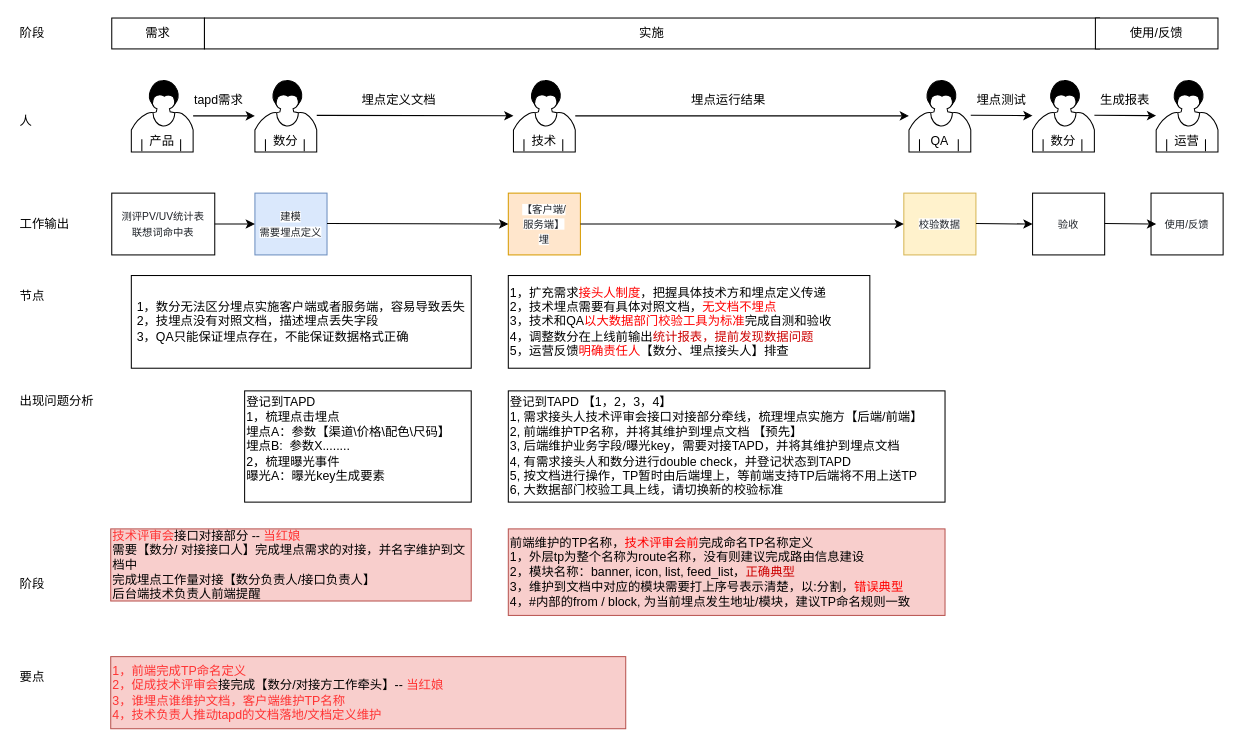
aiquantong/Hero keeps this draw.io diagram as 任务流转流程.drawio. Above is the earlier version. Source tidied: cells renumbered, new cells numbered last; positions are measured from the earlier drawing's top-left corner, leaving out a move shared by most shapes. Both pictures are drawn from the tidied source at 103%, with x=0, y=0 at pixel (18, 18).
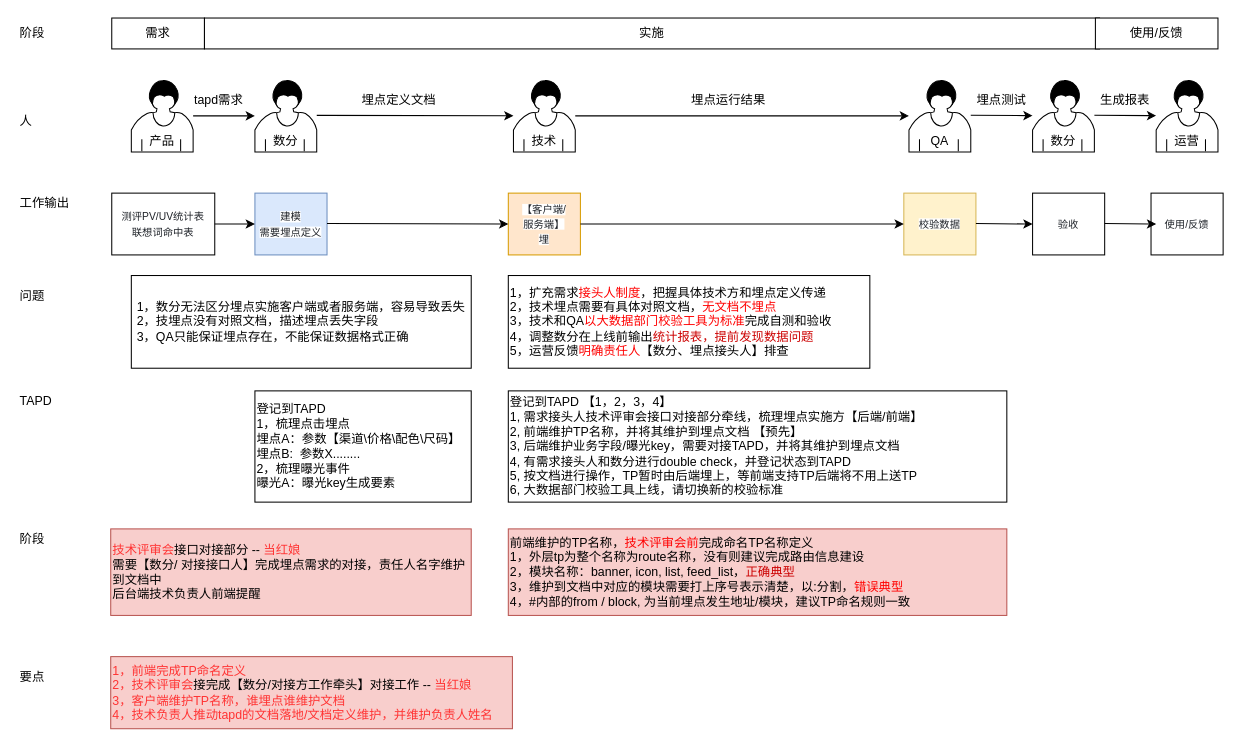
Above is the later version.

Commit message:
Update 任务流转流程.drawio

The edit, as a diff of the source:
```diff
@@
     <mxCell id="42" value="工作输出" style="text;html=1;strokeColor=none;fillColor=none;align=left;verticalAlign=middle;whiteSpace=wrap;rounded=0;" parent="1" vertex="1">
-      <mxGeometry y="190" width="55" height="20" as="geometry" />
+      <mxGeometry y="170" width="55" height="20" as="geometry" />
     </mxCell>
-    <mxCell id="43" value="出现问题分析" style="text;html=1;strokeColor=none;fillColor=none;align=left;verticalAlign=middle;whiteSpace=wrap;rounded=0;" parent="1" vertex="1">
+    <mxCell id="43" value="TAPD" style="text;html=1;strokeColor=none;fillColor=none;align=left;verticalAlign=middle;whiteSpace=wrap;rounded=0;" parent="1" vertex="1">
       <mxGeometry y="362" width="80" height="20" as="geometry" />
     </mxCell>
-    <mxCell id="44" value="节点" style="text;html=1;strokeColor=none;fillColor=none;align=left;verticalAlign=middle;whiteSpace=wrap;rounded=0;" parent="1" vertex="1">
+    <mxCell id="44" value="问题" style="text;html=1;strokeColor=none;fillColor=none;align=left;verticalAlign=middle;whiteSpace=wrap;rounded=0;" parent="1" vertex="1">
       <mxGeometry y="260" width="40" height="20" as="geometry" />
     </mxCell>
-    <mxCell id="45" value="&lt;div&gt;&lt;span&gt;登记到TAPD&lt;/span&gt;&lt;/div&gt;&lt;div&gt;1，梳理点击埋点&lt;br&gt;埋点A：参数【渠道\价格\配色\尺码】&lt;br&gt;&lt;/div&gt;&lt;div&gt;埋点B:&amp;nbsp; 参数X........&lt;/div&gt;2，梳理&lt;span&gt;曝光事件&lt;/span&gt;&lt;br&gt;&lt;div&gt;曝光A：曝光key生成要素&lt;br&gt;&lt;br&gt;&lt;/div&gt;" style="rounded=0;whiteSpace=wrap;html=1;align=left;" parent="1" vertex="1">
-      <mxGeometry x="220" y="362" width="220" height="108" as="geometry" />
+    <mxCell id="45" value="&lt;div&gt;&lt;span&gt;登记到TAPD&lt;/span&gt;&lt;/div&gt;&lt;div&gt;1，梳理点击埋点&lt;br&gt;埋点A：参数【渠道\价格\配色\尺码】&lt;br&gt;&lt;/div&gt;&lt;div&gt;埋点B:&amp;nbsp; 参数X........&lt;/div&gt;2，梳理&lt;span&gt;曝光事件&lt;/span&gt;&lt;br&gt;&lt;div&gt;曝光A：曝光key生成要素&lt;br&gt;&lt;/div&gt;" style="rounded=0;whiteSpace=wrap;html=1;align=left;" parent="1" vertex="1">
+      <mxGeometry x="230" y="362" width="210" height="108" as="geometry" />
     </mxCell>
     <mxCell id="46" value="&lt;div&gt;登记到TAPD 【1，2，3，4】&lt;/div&gt;&lt;div&gt;1, 需求接头人技术评审会接口对接部分牵线，梳理埋点实施方【后端/前端】&lt;/div&gt;&lt;div&gt;2, 前端维护TP名称，并将其维护到埋点文档 【预先】&amp;nbsp;&lt;/div&gt;&lt;div&gt;3, 后端维护业务字段/曝光key，需要对接TAPD，并将其维护到埋点文档&lt;br&gt;4, 有需求接头人和数分进行double check，并登记状态到TAPD&lt;br&gt;5, 按文档进行操作，TP暂时由后端埋上，等前端支持TP后端将不用上送TP&lt;/div&gt;&lt;div&gt;6, 大数据部门校验工具上线，请切换新的校验标准&lt;/div&gt;" style="rounded=0;whiteSpace=wrap;html=1;align=left;" parent="1" vertex="1">
-      <mxGeometry x="476" y="362" width="424" height="108" as="geometry" />
+      <mxGeometry x="476" y="362" width="484" height="108" as="geometry" />
     </mxCell>
     <mxCell id="47" value="阶段" style="text;html=1;strokeColor=none;fillColor=none;align=left;verticalAlign=middle;whiteSpace=wrap;rounded=0;" parent="1" vertex="1">
-      <mxGeometry y="540" width="55" height="20" as="geometry" />
+      <mxGeometry y="496" width="55" height="20" as="geometry" />
     </mxCell>
-    <mxCell id="48" value="&lt;font color=&quot;#ff3333&quot;&gt;技术评审会&lt;/font&gt;接口对接部分 -- &lt;font color=&quot;#ff3333&quot;&gt;当红娘&lt;/font&gt;&lt;br&gt;需要【数分/ 对接接口人】完成埋点需求的对接，并名字维护到文档中&lt;br&gt;完成埋点工作量对接【数分负责人/接口负责人】&lt;br&gt;后台端技术负责人前端提醒" style="rounded=0;whiteSpace=wrap;html=1;align=left;fillColor=#f8cecc;strokeColor=#b85450;" parent="1" vertex="1">
-      <mxGeometry x="90" y="496" width="350" height="70" as="geometry" />
+    <mxCell id="48" value="&lt;font color=&quot;#ff3333&quot;&gt;技术评审会&lt;/font&gt;接口对接部分 -- &lt;font color=&quot;#ff3333&quot;&gt;当红娘&lt;/font&gt;&lt;br&gt;需要【数分/ 对接接口人】完成埋点需求的对接，责任人名字维护到文档中&lt;br&gt;后台端技术负责人前端提醒" style="rounded=0;whiteSpace=wrap;html=1;align=left;fillColor=#f8cecc;strokeColor=#b85450;" parent="1" vertex="1">
+      <mxGeometry x="90" y="496" width="350" height="84" as="geometry" />
     </mxCell>
     <mxCell id="49" value="前端维护的TP名称，&lt;font color=&quot;#ff0000&quot;&gt;技术评审会前&lt;/font&gt;完成命名TP名称定义&amp;nbsp;&lt;br&gt;1，外层tp为整个名称为route名称，没有则建议完成路由信息建设&lt;br&gt;2，模块名称：banner, icon, list, feed_list，&lt;font color=&quot;#cc0000&quot;&gt;正确典型&lt;/font&gt;&lt;br&gt;3，维护到文档中对应的模块需要打上序号表示清楚，以:分割，&lt;font color=&quot;#ff0000&quot;&gt;错误典型&lt;/font&gt;&lt;br&gt;4，#内部的from / block, 为当前埋点发生地址/模块，建议TP命名规则一致" style="rounded=0;whiteSpace=wrap;html=1;align=left;fillColor=#f8cecc;strokeColor=#b85450;" parent="1" vertex="1">
-      <mxGeometry x="476" y="496" width="424" height="84" as="geometry" />
+      <mxGeometry x="476" y="496" width="484" height="84" as="geometry" />
     </mxCell>
@@
-    <mxCell id="51" value="&lt;font color=&quot;#ff3333&quot;&gt;1，前端完成TP命名定义&lt;br&gt;2，促成技术评审会&lt;/font&gt;接完成【数分/对接方工作牵头】-- &lt;font color=&quot;#ff3333&quot;&gt;当红娘&lt;br&gt;3，谁埋点谁维护文档，客户端维护TP名称&lt;br&gt;4，技术负责人推动tapd的文档落地/文档定义维护&lt;br&gt;&lt;/font&gt;" style="rounded=0;whiteSpace=wrap;html=1;align=left;fillColor=#f8cecc;strokeColor=#b85450;" parent="1" vertex="1">
-      <mxGeometry x="90" y="620" width="500" height="70" as="geometry" />
+    <mxCell id="51" value="&lt;font color=&quot;#ff3333&quot;&gt;1，前端完成TP命名定义&lt;br&gt;2，技术评审会&lt;/font&gt;接完成【数分/对接方工作牵头】对接工作 -- &lt;font color=&quot;#ff3333&quot;&gt;当红娘&lt;br&gt;3，&lt;/font&gt;&lt;span style=&quot;color: rgb(255 , 51 , 51)&quot;&gt;客户端维护TP名称，&lt;/span&gt;&lt;font color=&quot;#ff3333&quot;&gt;谁埋点谁维护文档&lt;br&gt;4，技术负责人推动tapd的文档落地/文档定义维护，并维护负责人姓名&lt;br&gt;&lt;/font&gt;" style="rounded=0;whiteSpace=wrap;html=1;align=left;fillColor=#f8cecc;strokeColor=#b85450;" parent="1" vertex="1">
+      <mxGeometry x="90" y="620" width="390" height="70" as="geometry" />
     </mxCell>
```
